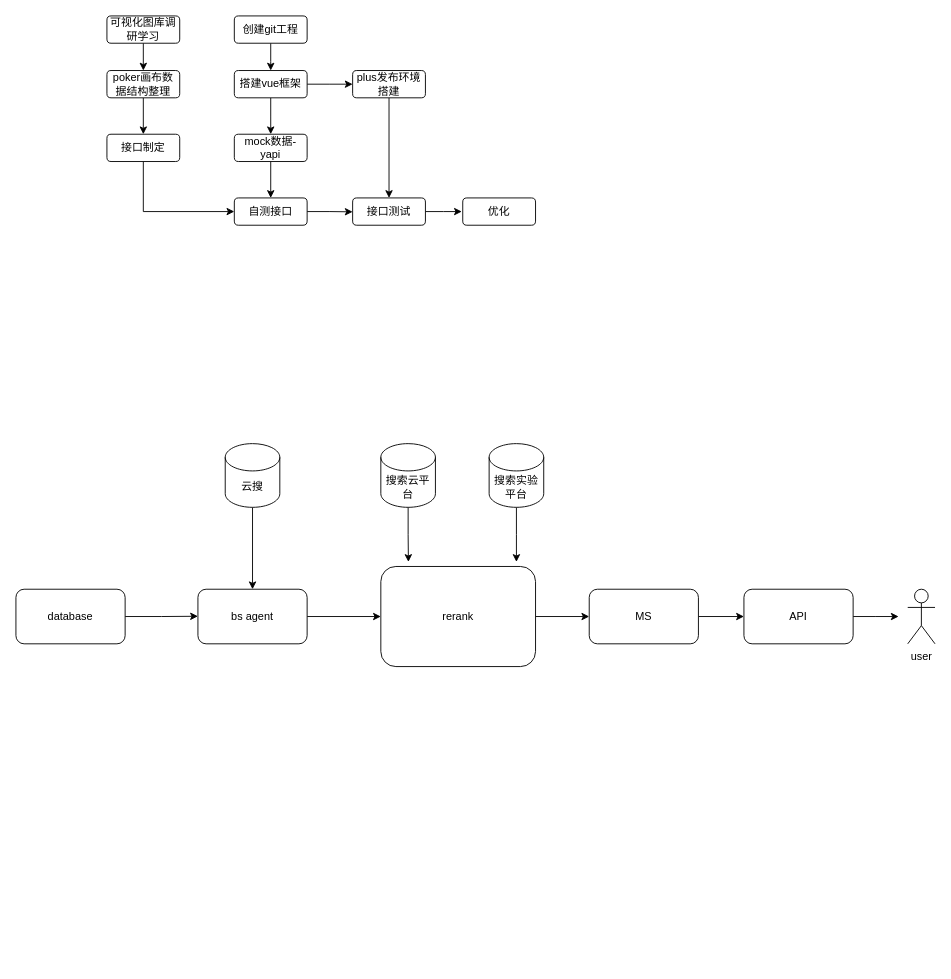
This is Untitled Diagram.drawio from GreyFossssssss/demos, a draw.io file, before an edit. Source tidied: cells renumbered, new cells numbered last; positions are measured from the earlier drawing's top-left corner, leaving out a move shared by most shapes. Both pictures are drawn from the tidied source at 91%, with x=0, y=0 at pixel (15, 15).
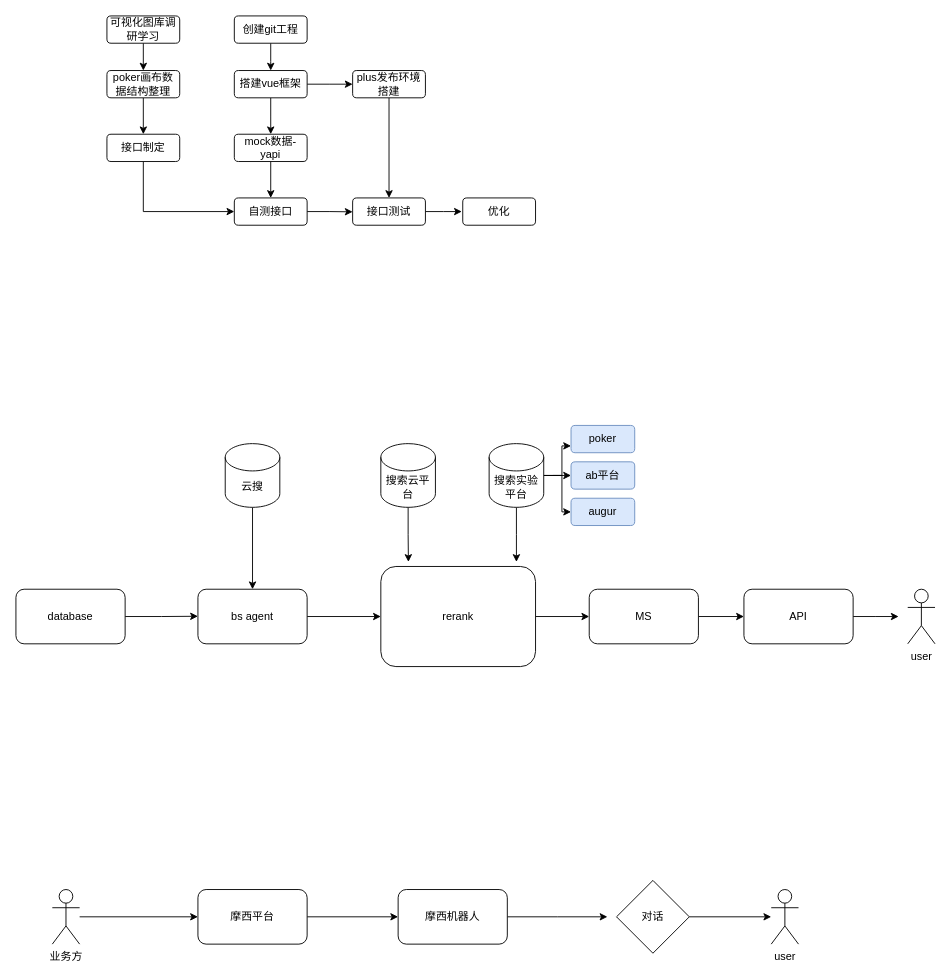
Above is the later version.

The change refers to these unchanged cells:
```xml
<mxCell id="38" value="搜索实验平台" style="shape=cylinder3;whiteSpace=wrap;html=1;boundedLbl=1;backgroundOutline=1;size=15;" parent="1" vertex="1">
  <mxGeometry x="520" y="470" width="60" height="70" as="geometry" />
</mxCell>
```

What changed in the source:
```diff
@@
+    <mxCell id="39" style="edgeStyle=orthogonalEdgeStyle;rounded=0;jettySize=auto;html=1;entryX=0;entryY=0.75;entryDx=0;entryDy=0;" parent="1" edge="1" source="38" target="49">
+      <mxGeometry relative="1" as="geometry" />
+    </mxCell>
+    <mxCell id="40" style="edgeStyle=orthogonalEdgeStyle;rounded=0;jettySize=auto;html=1;entryX=0;entryY=0.5;entryDx=0;entryDy=0;" parent="1" edge="1" source="38" target="51">
+      <mxGeometry relative="1" as="geometry" />
+    </mxCell>
+    <mxCell id="41" style="edgeStyle=orthogonalEdgeStyle;rounded=0;jettySize=auto;html=1;entryX=0;entryY=0.5;entryDx=0;entryDy=0;" parent="1" edge="1" source="38" target="50">
+      <mxGeometry relative="1" as="geometry" />
+    </mxCell>
@@
+    <mxCell id="42" style="edgeStyle=orthogonalEdgeStyle;rounded=0;jettySize=auto;html=1;entryX=0;entryY=0.5;entryDx=0;entryDy=0;" parent="1" edge="1" source="43" target="45">
+      <mxGeometry relative="1" as="geometry" />
+    </mxCell>
+    <mxCell id="43" value="摩西平台" style="rounded=1;whiteSpace=wrap;html=1;" parent="1" vertex="1">
+      <mxGeometry x="200" y="960" width="120" height="60" as="geometry" />
+    </mxCell>
+    <mxCell id="44" style="edgeStyle=orthogonalEdgeStyle;rounded=0;jettySize=auto;html=1;" parent="1" edge="1" source="45">
+      <mxGeometry relative="1" as="geometry">
+        <mxPoint x="650" y="990" as="targetPoint" />
+      </mxGeometry>
+    </mxCell>
+    <mxCell id="45" value="摩西机器人" style="rounded=1;whiteSpace=wrap;html=1;" parent="1" vertex="1">
+      <mxGeometry x="420" y="960" width="120" height="60" as="geometry" />
+    </mxCell>
+    <mxCell id="46" style="edgeStyle=orthogonalEdgeStyle;rounded=0;jettySize=auto;html=1;entryX=0;entryY=0.5;entryDx=0;entryDy=0;" parent="1" edge="1" source="47" target="43">
+      <mxGeometry relative="1" as="geometry" />
+    </mxCell>
+    <mxCell id="47" value="业务方" style="shape=umlActor;verticalLabelPosition=bottom;verticalAlign=top;html=1;outlineConnect=0;" parent="1" vertex="1">
+      <mxGeometry x="40" y="960" width="30" height="60" as="geometry" />
+    </mxCell>
+    <mxCell id="48" value="user" style="shape=umlActor;verticalLabelPosition=bottom;verticalAlign=top;html=1;outlineConnect=0;" parent="1" vertex="1">
+      <mxGeometry x="830" y="960" width="30" height="60" as="geometry" />
+    </mxCell>
+    <mxCell id="49" value="poker" style="rounded=1;whiteSpace=wrap;html=1;fillColor=#dae8fc;strokeColor=#6c8ebf;" parent="1" vertex="1">
+      <mxGeometry x="610" y="450" width="70" height="30" as="geometry" />
+    </mxCell>
+    <mxCell id="50" value="augur" style="rounded=1;whiteSpace=wrap;html=1;fillColor=#dae8fc;strokeColor=#6c8ebf;" parent="1" vertex="1">
+      <mxGeometry x="610" y="530" width="70" height="30" as="geometry" />
+    </mxCell>
+    <mxCell id="51" value="ab平台" style="rounded=1;whiteSpace=wrap;html=1;fillColor=#dae8fc;strokeColor=#6c8ebf;" parent="1" vertex="1">
+      <mxGeometry x="610" y="490" width="70" height="30" as="geometry" />
+    </mxCell>
+    <mxCell id="52" style="edgeStyle=orthogonalEdgeStyle;rounded=0;jettySize=auto;html=1;" parent="1" edge="1" source="53" target="48">
+      <mxGeometry relative="1" as="geometry" />
+    </mxCell>
+    <mxCell id="53" value="对话" style="rhombus;whiteSpace=wrap;html=1;" parent="1" vertex="1">
+      <mxGeometry x="660" y="950" width="80" height="80" as="geometry" />
+    </mxCell>
```
